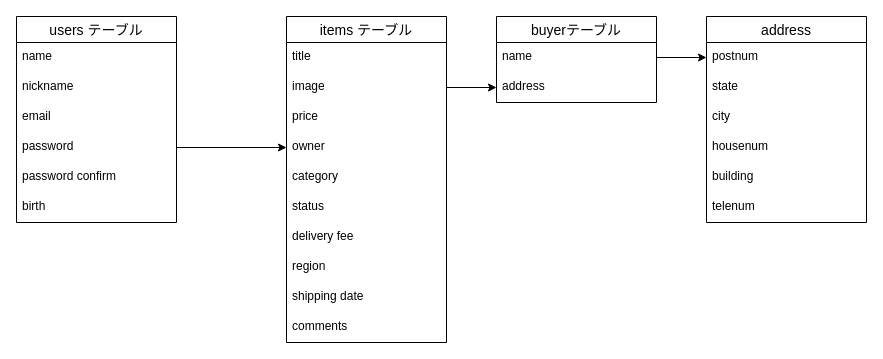
Above: test.dio in sosuke0713/furima-32035 (draw.io), before the change. Source tidied: cells renumbered, new cells numbered last; positions are measured from the earlier drawing's top-left corner, leaving out a move shared by most shapes. Both pictures are drawn from the tidied source at 100%, with x=0, y=0 at pixel (16, 16).
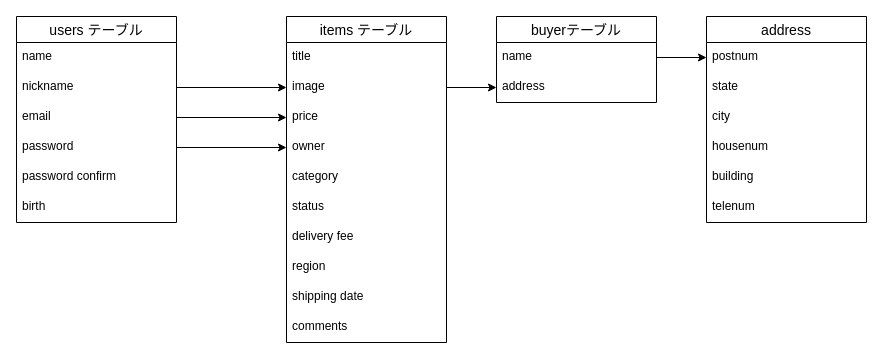
Above is the later version.

Unchanged cells that the change refers to:
```xml
<mxCell id="4" value="image" style="text;strokeColor=none;fillColor=none;spacingLeft=4;spacingRight=4;overflow=hidden;points=[[0,0.5],[1,0.5]];portConstraint=eastwest;fontSize=12;" parent="2" vertex="1">
  <mxGeometry y="56" width="160" height="30" as="geometry" />
</mxCell>
<mxCell id="5" value="price&#10;" style="text;strokeColor=none;fillColor=none;spacingLeft=4;spacingRight=4;overflow=hidden;points=[[0,0.5],[1,0.5]];portConstraint=eastwest;fontSize=12;" parent="2" vertex="1">
  <mxGeometry y="86" width="160" height="30" as="geometry" />
</mxCell>
<mxCell id="15" value="nickname&#10;" style="text;strokeColor=none;fillColor=none;spacingLeft=4;spacingRight=4;overflow=hidden;points=[[0,0.5],[1,0.5]];portConstraint=eastwest;fontSize=12;" parent="13" vertex="1">
  <mxGeometry y="56" width="160" height="30" as="geometry" />
</mxCell>
<mxCell id="16" value="email" style="text;strokeColor=none;fillColor=none;spacingLeft=4;spacingRight=4;overflow=hidden;points=[[0,0.5],[1,0.5]];portConstraint=eastwest;fontSize=12;" parent="13" vertex="1">
  <mxGeometry y="86" width="160" height="30" as="geometry" />
</mxCell>
```

Diff of the diagram source:
```diff
@@
+    <mxCell id="33" style="edgeStyle=orthogonalEdgeStyle;rounded=0;jettySize=auto;html=1;exitX=1;exitY=0.5;exitDx=0;exitDy=0;entryX=0;entryY=0.5;entryDx=0;entryDy=0;" parent="1" edge="1" source="15" target="4">
+      <mxGeometry relative="1" as="geometry" />
+    </mxCell>
+    <mxCell id="34" style="edgeStyle=orthogonalEdgeStyle;rounded=0;jettySize=auto;html=1;exitX=1;exitY=0.5;exitDx=0;exitDy=0;entryX=0;entryY=0.5;entryDx=0;entryDy=0;" parent="1" edge="1" source="16" target="5">
+      <mxGeometry relative="1" as="geometry" />
+    </mxCell>
```
